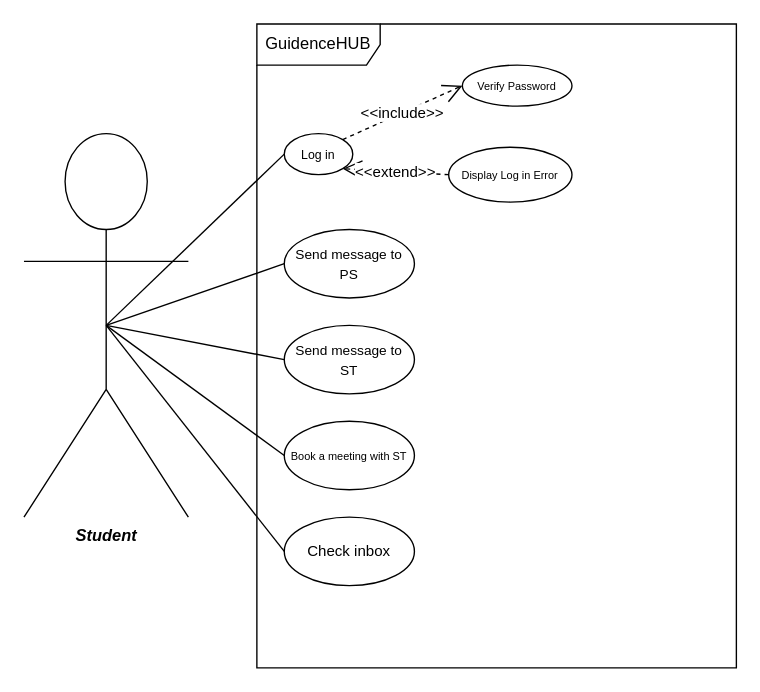
551462-Design-Develop-Deploy-24-25/001-port-individual-software-project-portfolio-MMukhtar1885 keeps this draw.io diagram as DIAGRAMS/Student.drawio. Above is the earlier version. Source tidied: cells renumbered, new cells numbered last; positions are measured from the earlier drawing's top-left corner, leaving out a move shared by most shapes. Both pictures are drawn from the tidied source at 137%, with x=0, y=0 at pixel (23, 23).
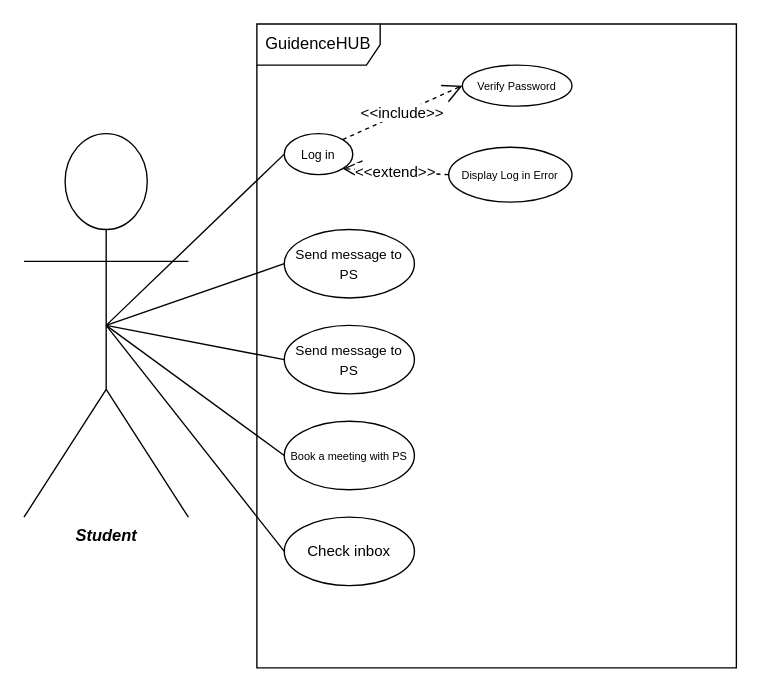
Above is the later version.

What changed in the source:
```diff
@@
 <mxGraphModel>
   <root>
     <mxCell id="0" />
     <mxCell id="1" parent="0" />
     <mxCell id="2" value="GuidenceHUB" style="shape=umlFrame;whiteSpace=wrap;html=1;width=90;height=30;" parent="1" vertex="1">
       <mxGeometry x="170" width="350" height="470" as="geometry" />
     </mxCell>
     <mxCell id="3" value="&lt;font style=&quot;font-size: 12px;&quot;&gt;&lt;b&gt;&lt;i&gt;Student&lt;/i&gt;&lt;/b&gt;&lt;/font&gt;" style="shape=umlActor;verticalLabelPosition=bottom;verticalAlign=top;html=1;" parent="1" vertex="1">
       <mxGeometry y="80" width="120" height="280" as="geometry" />
     </mxCell>
     <mxCell id="4" value="&lt;font style=&quot;font-size: 9px;&quot;&gt;Log in&lt;/font&gt;" style="ellipse;whiteSpace=wrap;html=1;" parent="1" vertex="1">
       <mxGeometry x="190" y="80" width="50" height="30" as="geometry" />
     </mxCell>
     <mxCell id="5" value="&lt;font style=&quot;font-size: 8px;&quot;&gt;Verify Password&lt;/font&gt;" style="ellipse;whiteSpace=wrap;html=1;" parent="1" vertex="1">
       <mxGeometry x="320" y="30" width="80" height="30" as="geometry" />
     </mxCell>
     <mxCell id="6" value="&lt;font style=&quot;font-size: 8px;&quot;&gt;Display Log in Error&lt;/font&gt;" style="ellipse;whiteSpace=wrap;html=1;" parent="1" vertex="1">
       <mxGeometry x="310" y="90" width="90" height="40" as="geometry" />
     </mxCell>
     <mxCell id="7" value="&amp;lt;&amp;lt;include&amp;gt;&amp;gt;" style="endArrow=open;endSize=12;dashed=1;html=1;rounded=0;exitX=1;exitY=0;exitDx=0;exitDy=0;entryX=0;entryY=0.5;entryDx=0;entryDy=0;" parent="1" edge="1" source="4" target="5">
       <mxGeometry relative="1" as="geometry" />
     </mxCell>
     <mxCell id="8" value="&amp;lt;&amp;lt;extend&amp;gt;&amp;gt;" style="endArrow=open;endSize=12;dashed=1;html=1;rounded=0;exitX=0;exitY=0.5;exitDx=0;exitDy=0;entryX=1;entryY=1;entryDx=0;entryDy=0;" parent="1" edge="1" source="6" target="4">
       <mxGeometry relative="1" as="geometry" />
     </mxCell>
     <mxCell id="9" style="endArrow=none;html=1;rounded=0;exitX=0.5;exitY=0.5;exitDx=0;exitDy=0;exitPerimeter=0;entryX=0;entryY=0.5;entryDx=0;entryDy=0;" parent="1" edge="1" source="3" target="4">
       <mxGeometry relative="1" as="geometry" />
     </mxCell>
     <mxCell id="10" style="endArrow=none;html=1;rounded=0;exitX=0.5;exitY=0.5;exitDx=0;exitDy=0;exitPerimeter=0;entryX=0;entryY=0.5;entryDx=0;entryDy=0;" parent="1" edge="1" source="3" target="13">
       <mxGeometry relative="1" as="geometry" />
     </mxCell>
     <mxCell id="11" style="endArrow=none;html=1;rounded=0;exitX=0.5;exitY=0.5;exitDx=0;exitDy=0;exitPerimeter=0;entryX=0;entryY=0.5;entryDx=0;entryDy=0;" parent="1" edge="1" source="3" target="14">
       <mxGeometry relative="1" as="geometry" />
     </mxCell>
     <mxCell id="12" style="endArrow=none;html=1;rounded=0;exitX=0.5;exitY=0.5;exitDx=0;exitDy=0;exitPerimeter=0;entryX=0;entryY=0.5;entryDx=0;entryDy=0;" parent="1" edge="1" source="3" target="15">
       <mxGeometry relative="1" as="geometry" />
     </mxCell>
     <mxCell id="13" value="&lt;font style=&quot;font-size: 10px;&quot;&gt;Send message to PS&lt;/font&gt;" style="ellipse;whiteSpace=wrap;html=1;" parent="1" vertex="1">
       <mxGeometry x="190" y="150" width="95" height="50" as="geometry" />
     </mxCell>
-    <mxCell id="14" value="&lt;font style=&quot;font-size: 10px;&quot;&gt;Send message to ST&lt;/font&gt;" style="ellipse;whiteSpace=wrap;html=1;" parent="1" vertex="1">
+    <mxCell id="14" value="&lt;font style=&quot;font-size: 10px;&quot;&gt;Send message to PS&lt;/font&gt;" style="ellipse;whiteSpace=wrap;html=1;" parent="1" vertex="1">
       <mxGeometry x="190" y="220" width="95" height="50" as="geometry" />
     </mxCell>
-    <mxCell id="15" value="&lt;font style=&quot;font-size: 8px;&quot;&gt;Book a meeting with ST&lt;/font&gt;" style="ellipse;whiteSpace=wrap;html=1;" parent="1" vertex="1">
+    <mxCell id="15" value="&lt;font style=&quot;font-size: 8px;&quot;&gt;Book a meeting with PS&lt;/font&gt;" style="ellipse;whiteSpace=wrap;html=1;" parent="1" vertex="1">
       <mxGeometry x="190" y="290" width="95" height="50" as="geometry" />
     </mxCell>
     <mxCell id="16" style="endArrow=none;html=1;rounded=0;entryX=0;entryY=0.5;entryDx=0;entryDy=0;exitX=0.5;exitY=0.5;exitDx=0;exitDy=0;exitPerimeter=0;" parent="1" edge="1" source="3" target="17">
       <mxGeometry relative="1" as="geometry" />
     </mxCell>
     <mxCell id="17" value="&lt;font style=&quot;font-size: 11px;&quot;&gt;Check inbox&lt;/font&gt;" style="ellipse;whiteSpace=wrap;html=1;" parent="1" vertex="1">
       <mxGeometry x="190" y="360" width="95" height="50" as="geometry" />
     </mxCell>
   </root>
 </mxGraphModel>
```
